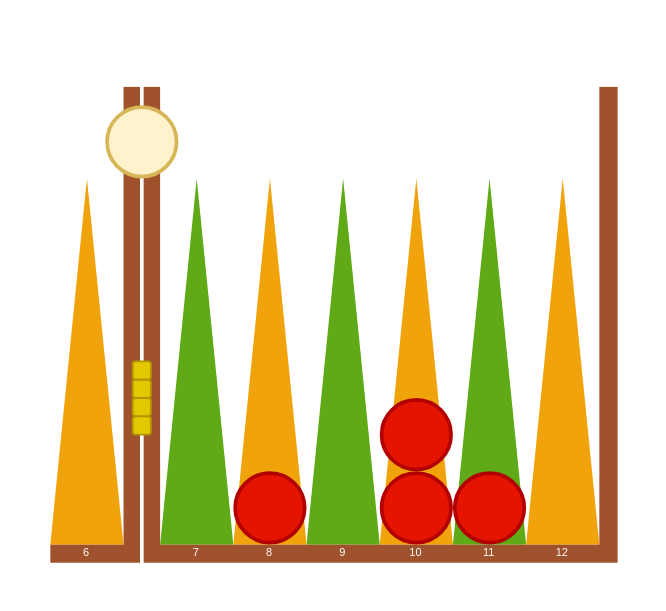
Before: page "Bicie po" (5 of 12) of schematy.drawio in damjes/nardy-zasady, a draw.io diagram. Source tidied: cells renumbered, new cells numbered last; positions are measured from the earlier drawing's top-left corner, leaving out a move shared by most shapes. Both pictures are drawn from the tidied source at 183%, with x=0, y=0 at pixel (31, 68).
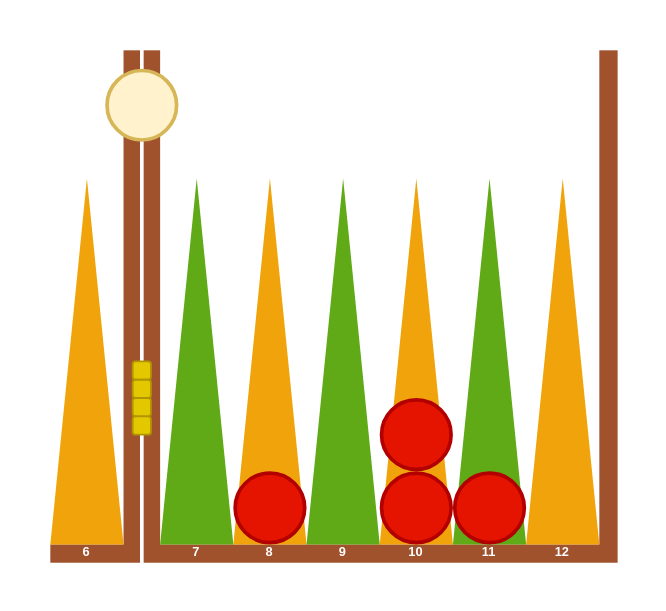
The same diagram, later.

What changed in the source:
```diff
@@
-    <mxCell id="2" style="rounded=0;whiteSpace=wrap;html=1;strokeColor=none;" parent="1" vertex="1">
-      <mxGeometry width="330" height="280" as="geometry" />
+    <mxCell id="2" style="rounded=0;whiteSpace=wrap;html=1;strokeColor=none;fontFamily=Libertinus Serif;" parent="1" vertex="1">
+      <mxGeometry y="-20" width="330" height="300" as="geometry" />
     </mxCell>
-    <mxCell id="3" style="rounded=0;whiteSpace=wrap;html=1;fillColor=#a0522d;fontColor=#ffffff;strokeColor=none;rotation=0;" parent="1" vertex="1">
-      <mxGeometry x="10" y="10" width="49" height="260" as="geometry" />
+    <mxCell id="3" style="rounded=0;whiteSpace=wrap;html=1;fillColor=#a0522d;fontColor=#ffffff;strokeColor=none;rotation=0;fontFamily=Libertinus Serif;" parent="1" vertex="1">
+      <mxGeometry x="10" y="-10" width="49" height="280" as="geometry" />
     </mxCell>
-    <mxCell id="4" style="rounded=0;whiteSpace=wrap;html=1;fillColor=#a0522d;fontColor=#ffffff;strokeColor=none;rotation=0;" parent="1" vertex="1">
-      <mxGeometry x="61" y="10" width="259" height="260" as="geometry" />
+    <mxCell id="4" style="rounded=0;whiteSpace=wrap;html=1;fillColor=#a0522d;fontColor=#ffffff;strokeColor=none;rotation=0;fontFamily=Libertinus Serif;" parent="1" vertex="1">
+      <mxGeometry x="61" y="-10" width="259" height="280" as="geometry" />
     </mxCell>
-    <mxCell id="5" style="rounded=0;whiteSpace=wrap;html=1;strokeColor=none;shadow=0;glass=0;" parent="1" vertex="1">
-      <mxGeometry width="50" height="260" as="geometry" />
+    <mxCell id="5" style="rounded=0;whiteSpace=wrap;html=1;strokeColor=none;shadow=0;glass=0;fontFamily=Libertinus Serif;" parent="1" vertex="1">
+      <mxGeometry y="-20" width="50" height="280" as="geometry" />
     </mxCell>
-    <mxCell id="6" style="triangle;whiteSpace=wrap;html=1;direction=north;strokeColor=none;fillColor=#f0a30a;fontColor=#000000;" parent="1" vertex="1">
+    <mxCell id="6" style="triangle;whiteSpace=wrap;html=1;direction=north;strokeColor=none;fillColor=#f0a30a;fontColor=#000000;fontFamily=Libertinus Serif;" parent="1" vertex="1">
       <mxGeometry x="10" y="60" width="40" height="200" as="geometry" />
     </mxCell>
-    <mxCell id="7" value="6" style="text;html=1;align=center;verticalAlign=middle;whiteSpace=wrap;rounded=0;fontColor=#FFFFFF;fontSize=6;" parent="1" vertex="1">
+    <mxCell id="7" value="6" style="text;html=1;align=center;verticalAlign=middle;whiteSpace=wrap;rounded=0;fontColor=#FFFFFF;fontSize=7;fontFamily=Libertinus Serif;fontStyle=1;" parent="1" vertex="1">
       <mxGeometry x="10" y="260" width="40" height="10" as="geometry" />
     </mxCell>
-    <mxCell id="8" style="rounded=0;whiteSpace=wrap;html=1;strokeColor=none;" parent="1" vertex="1">
-      <mxGeometry x="70" width="240" height="260" as="geometry" />
+    <mxCell id="8" style="rounded=0;whiteSpace=wrap;html=1;strokeColor=none;fontFamily=Libertinus Serif;" parent="1" vertex="1">
+      <mxGeometry x="70" y="-20" width="240" height="280" as="geometry" />
     </mxCell>
-    <mxCell id="9" style="triangle;whiteSpace=wrap;html=1;direction=north;strokeColor=none;fillColor=#f0a30a;fontColor=#000000;" parent="1" vertex="1">
+    <mxCell id="9" style="triangle;whiteSpace=wrap;html=1;direction=north;strokeColor=none;fillColor=#f0a30a;fontColor=#000000;fontFamily=Libertinus Serif;" parent="1" vertex="1">
       <mxGeometry x="110" y="60" width="40" height="200" as="geometry" />
     </mxCell>
-    <mxCell id="10" style="triangle;whiteSpace=wrap;html=1;direction=north;strokeColor=none;fillColor=#60a917;fontColor=#ffffff;" parent="1" vertex="1">
+    <mxCell id="10" style="triangle;whiteSpace=wrap;html=1;direction=north;strokeColor=none;fillColor=#60a917;fontColor=#ffffff;fontFamily=Libertinus Serif;" parent="1" vertex="1">
       <mxGeometry x="70" y="60" width="40" height="200" as="geometry" />
     </mxCell>
-    <mxCell id="11" style="triangle;whiteSpace=wrap;html=1;direction=north;strokeColor=none;fillColor=#60a917;fontColor=#ffffff;" parent="1" vertex="1">
+    <mxCell id="11" style="triangle;whiteSpace=wrap;html=1;direction=north;strokeColor=none;fillColor=#60a917;fontColor=#ffffff;fontFamily=Libertinus Serif;" parent="1" vertex="1">
       <mxGeometry x="150" y="60" width="40" height="200" as="geometry" />
     </mxCell>
-    <mxCell id="12" style="triangle;whiteSpace=wrap;html=1;direction=north;strokeColor=none;fillColor=#f0a30a;fontColor=#000000;" parent="1" vertex="1">
+    <mxCell id="12" style="triangle;whiteSpace=wrap;html=1;direction=north;strokeColor=none;fillColor=#f0a30a;fontColor=#000000;fontFamily=Libertinus Serif;" parent="1" vertex="1">
       <mxGeometry x="190" y="60" width="40" height="200" as="geometry" />
     </mxCell>
-    <mxCell id="13" style="triangle;whiteSpace=wrap;html=1;direction=north;strokeColor=none;fillColor=#60a917;fontColor=#ffffff;" parent="1" vertex="1">
+    <mxCell id="13" style="triangle;whiteSpace=wrap;html=1;direction=north;strokeColor=none;fillColor=#60a917;fontColor=#ffffff;fontFamily=Libertinus Serif;" parent="1" vertex="1">
       <mxGeometry x="230" y="60" width="40" height="200" as="geometry" />
     </mxCell>
-    <mxCell id="14" style="triangle;whiteSpace=wrap;html=1;direction=north;strokeColor=none;fillColor=#f0a30a;fontColor=#000000;" parent="1" vertex="1">
+    <mxCell id="14" style="triangle;whiteSpace=wrap;html=1;direction=north;strokeColor=none;fillColor=#f0a30a;fontColor=#000000;fontFamily=Libertinus Serif;" parent="1" vertex="1">
       <mxGeometry x="270" y="60" width="40" height="200" as="geometry" />
     </mxCell>
-    <mxCell id="15" value="12" style="text;html=1;align=center;verticalAlign=middle;whiteSpace=wrap;rounded=0;fontColor=#FFFFFF;fontSize=6;" parent="1" vertex="1">
+    <mxCell id="15" value="12" style="text;html=1;align=center;verticalAlign=middle;whiteSpace=wrap;rounded=0;fontColor=#FFFFFF;fontSize=7;fontFamily=Libertinus Serif;fontStyle=1;" parent="1" vertex="1">
       <mxGeometry x="270" y="260" width="40" height="10" as="geometry" />
     </mxCell>
-    <mxCell id="16" value="11" style="text;html=1;align=center;verticalAlign=middle;whiteSpace=wrap;rounded=0;fontColor=#FFFFFF;fontSize=6;" parent="1" vertex="1">
+    <mxCell id="16" value="11" style="text;html=1;align=center;verticalAlign=middle;whiteSpace=wrap;rounded=0;fontColor=#FFFFFF;fontSize=7;fontFamily=Libertinus Serif;fontStyle=1;" parent="1" vertex="1">
       <mxGeometry x="230" y="260" width="40" height="10" as="geometry" />
     </mxCell>
-    <mxCell id="17" value="10" style="text;html=1;align=center;verticalAlign=middle;whiteSpace=wrap;rounded=0;fontColor=#FFFFFF;fontSize=6;" parent="1" vertex="1">
+    <mxCell id="17" value="10" style="text;html=1;align=center;verticalAlign=middle;whiteSpace=wrap;rounded=0;fontColor=#FFFFFF;fontSize=7;fontFamily=Libertinus Serif;fontStyle=1;" parent="1" vertex="1">
       <mxGeometry x="190" y="260" width="40" height="10" as="geometry" />
     </mxCell>
-    <mxCell id="18" value="9" style="text;html=1;align=center;verticalAlign=middle;whiteSpace=wrap;rounded=0;fontColor=#FFFFFF;fontSize=6;" parent="1" vertex="1">
+    <mxCell id="18" value="9" style="text;html=1;align=center;verticalAlign=middle;whiteSpace=wrap;rounded=0;fontColor=#FFFFFF;fontSize=7;fontFamily=Libertinus Serif;fontStyle=1;" parent="1" vertex="1">
       <mxGeometry x="150" y="260" width="40" height="10" as="geometry" />
     </mxCell>
-    <mxCell id="19" value="8" style="text;html=1;align=center;verticalAlign=middle;whiteSpace=wrap;rounded=0;fontColor=#FFFFFF;fontSize=6;" parent="1" vertex="1">
+    <mxCell id="19" value="8" style="text;html=1;align=center;verticalAlign=middle;whiteSpace=wrap;rounded=0;fontColor=#FFFFFF;fontSize=7;fontFamily=Libertinus Serif;fontStyle=1;" parent="1" vertex="1">
       <mxGeometry x="110" y="260" width="40" height="10" as="geometry" />
     </mxCell>
-    <mxCell id="20" value="7" style="text;html=1;align=center;verticalAlign=middle;whiteSpace=wrap;rounded=0;fontColor=#FFFFFF;fontSize=6;" parent="1" vertex="1">
+    <mxCell id="20" value="7" style="text;html=1;align=center;verticalAlign=middle;whiteSpace=wrap;rounded=0;fontColor=#FFFFFF;fontSize=7;fontFamily=Libertinus Serif;fontStyle=1;" parent="1" vertex="1">
       <mxGeometry x="70" y="260" width="40" height="10" as="geometry" />
     </mxCell>
-    <mxCell id="21" style="group;" parent="1" vertex="1">
+    <mxCell id="21" style="group;fontFamily=Libertinus Serif;" parent="1" vertex="1">
       <mxGeometry x="50" y="150" width="20" height="60" as="geometry" />
     </mxCell>
-    <mxCell id="22" style="rounded=0;whiteSpace=wrap;html=1;strokeColor=none;fillColor=none;" parent="21" vertex="1">
+    <mxCell id="22" style="rounded=0;whiteSpace=wrap;html=1;strokeColor=none;fillColor=none;fontFamily=Libertinus Serif;" parent="21" vertex="1">
       <mxGeometry width="20" height="60" as="geometry" />
     </mxCell>
-    <mxCell id="23" style="rounded=1;whiteSpace=wrap;html=1;fillColor=#e3c800;fontColor=#000000;strokeColor=#B09500;" parent="21" vertex="1">
+    <mxCell id="23" style="rounded=1;whiteSpace=wrap;html=1;fillColor=#e3c800;fontColor=#000000;strokeColor=#B09500;fontFamily=Libertinus Serif;" parent="21" vertex="1">
       <mxGeometry x="5" y="10" width="10" height="10" as="geometry" />
     </mxCell>
-    <mxCell id="24" style="rounded=1;whiteSpace=wrap;html=1;fillColor=#e3c800;fontColor=#000000;strokeColor=#B09500;" parent="21" vertex="1">
+    <mxCell id="24" style="rounded=1;whiteSpace=wrap;html=1;fillColor=#e3c800;fontColor=#000000;strokeColor=#B09500;fontFamily=Libertinus Serif;" parent="21" vertex="1">
       <mxGeometry x="5" y="20" width="10" height="10" as="geometry" />
     </mxCell>
-    <mxCell id="25" style="rounded=1;whiteSpace=wrap;html=1;fillColor=#e3c800;fontColor=#000000;strokeColor=#B09500;" parent="21" vertex="1">
+    <mxCell id="25" style="rounded=1;whiteSpace=wrap;html=1;fillColor=#e3c800;fontColor=#000000;strokeColor=#B09500;fontFamily=Libertinus Serif;" parent="21" vertex="1">
       <mxGeometry x="5" y="30" width="10" height="10" as="geometry" />
     </mxCell>
-    <mxCell id="26" style="rounded=1;whiteSpace=wrap;html=1;fillColor=#e3c800;fontColor=#000000;strokeColor=#B09500;" parent="21" vertex="1">
+    <mxCell id="26" style="rounded=1;whiteSpace=wrap;html=1;fillColor=#e3c800;fontColor=#000000;strokeColor=#B09500;fontFamily=Libertinus Serif;" parent="21" vertex="1">
       <mxGeometry x="5" y="40" width="10" height="10" as="geometry" />
     </mxCell>
-    <mxCell id="27" style="group;" parent="1" vertex="1">
-      <mxGeometry x="40" y="20" width="40" height="40" as="geometry" />
+    <mxCell id="27" style="group;fontFamily=Libertinus Serif;" parent="1" vertex="1">
+      <mxGeometry x="40" width="40" height="40" as="geometry" />
     </mxCell>
-    <mxCell id="28" style="ellipse;whiteSpace=wrap;html=1;fillColor=#fff2cc;strokeColor=#d6b656;strokeWidth=2;rotation=0;" parent="27" vertex="1">
+    <mxCell id="28" style="ellipse;whiteSpace=wrap;html=1;fillColor=#fff2cc;strokeColor=#d6b656;strokeWidth=2;rotation=0;fontFamily=Libertinus Serif;" parent="27" vertex="1">
       <mxGeometry x="1" y="1" width="38" height="38" as="geometry" />
     </mxCell>
-    <mxCell id="29" style="whiteSpace=wrap;html=1;fillColor=none;strokeColor=none;" parent="27" vertex="1">
+    <mxCell id="29" style="whiteSpace=wrap;html=1;fillColor=none;strokeColor=none;fontFamily=Libertinus Serif;" parent="27" vertex="1">
       <mxGeometry width="40" height="40" as="geometry" />
     </mxCell>
-    <mxCell id="30" style="group;" parent="1" vertex="1">
+    <mxCell id="30" style="group;fontFamily=Libertinus Serif;" parent="1" vertex="1">
       <mxGeometry x="230" y="220" width="40" height="40" as="geometry" />
     </mxCell>
-    <mxCell id="31" style="ellipse;whiteSpace=wrap;html=1;fillColor=#e51400;fontColor=#ffffff;strokeColor=#B20000;perimeterSpacing=0;strokeWidth=2;rotation=0;" parent="30" vertex="1">
+    <mxCell id="31" style="ellipse;whiteSpace=wrap;html=1;fillColor=#e51400;fontColor=#ffffff;strokeColor=#B20000;perimeterSpacing=0;strokeWidth=2;rotation=0;fontFamily=Libertinus Serif;" parent="30" vertex="1">
       <mxGeometry x="1" y="1" width="38" height="38" as="geometry" />
     </mxCell>
-    <mxCell id="32" style="whiteSpace=wrap;html=1;fillColor=none;strokeColor=none;" parent="30" vertex="1">
+    <mxCell id="32" style="whiteSpace=wrap;html=1;fillColor=none;strokeColor=none;fontFamily=Libertinus Serif;" parent="30" vertex="1">
       <mxGeometry width="40" height="40" as="geometry" />
     </mxCell>
-    <mxCell id="33" style="group;" parent="1" vertex="1">
+    <mxCell id="33" style="group;fontFamily=Libertinus Serif;" parent="1" vertex="1">
       <mxGeometry x="190" y="220" width="120" height="40" as="geometry" />
     </mxCell>
-    <mxCell id="34" style="ellipse;whiteSpace=wrap;html=1;fillColor=#e51400;fontColor=#ffffff;strokeColor=#B20000;perimeterSpacing=0;strokeWidth=2;rotation=0;" parent="33" vertex="1">
+    <mxCell id="34" style="ellipse;whiteSpace=wrap;html=1;fillColor=#e51400;fontColor=#ffffff;strokeColor=#B20000;perimeterSpacing=0;strokeWidth=2;rotation=0;fontFamily=Libertinus Serif;" parent="33" vertex="1">
       <mxGeometry x="1" y="1" width="38" height="38" as="geometry" />
     </mxCell>
-    <mxCell id="35" style="whiteSpace=wrap;html=1;fillColor=none;strokeColor=none;" parent="33" vertex="1">
+    <mxCell id="35" style="whiteSpace=wrap;html=1;fillColor=none;strokeColor=none;fontFamily=Libertinus Serif;" parent="33" vertex="1">
       <mxGeometry width="40" height="40" as="geometry" />
     </mxCell>
-    <mxCell id="36" style="group;" parent="1" vertex="1">
+    <mxCell id="36" style="group;fontFamily=Libertinus Serif;" parent="1" vertex="1">
       <mxGeometry x="190" y="180" width="40" height="40" as="geometry" />
     </mxCell>
-    <mxCell id="37" style="ellipse;whiteSpace=wrap;html=1;fillColor=#e51400;fontColor=#ffffff;strokeColor=#B20000;perimeterSpacing=0;strokeWidth=2;rotation=0;" parent="36" vertex="1">
+    <mxCell id="37" style="ellipse;whiteSpace=wrap;html=1;fillColor=#e51400;fontColor=#ffffff;strokeColor=#B20000;perimeterSpacing=0;strokeWidth=2;rotation=0;fontFamily=Libertinus Serif;" parent="36" vertex="1">
       <mxGeometry x="1" y="1" width="38" height="38" as="geometry" />
     </mxCell>
-    <mxCell id="38" style="whiteSpace=wrap;html=1;fillColor=none;strokeColor=none;" parent="36" vertex="1">
+    <mxCell id="38" style="whiteSpace=wrap;html=1;fillColor=none;strokeColor=none;fontFamily=Libertinus Serif;" parent="36" vertex="1">
       <mxGeometry width="40" height="40" as="geometry" />
     </mxCell>
-    <mxCell id="39" style="group;" parent="1" vertex="1">
+    <mxCell id="39" style="group;fontFamily=Libertinus Serif;" parent="1" vertex="1">
       <mxGeometry x="110" y="220" width="40" height="40" as="geometry" />
     </mxCell>
-    <mxCell id="40" style="ellipse;whiteSpace=wrap;html=1;fillColor=#e51400;fontColor=#ffffff;strokeColor=#B20000;perimeterSpacing=0;strokeWidth=2;rotation=0;" parent="39" vertex="1">
+    <mxCell id="40" style="ellipse;whiteSpace=wrap;html=1;fillColor=#e51400;fontColor=#ffffff;strokeColor=#B20000;perimeterSpacing=0;strokeWidth=2;rotation=0;fontFamily=Libertinus Serif;" parent="39" vertex="1">
       <mxGeometry x="1" y="1" width="38" height="38" as="geometry" />
     </mxCell>
-    <mxCell id="41" style="whiteSpace=wrap;html=1;fillColor=none;strokeColor=none;" parent="39" vertex="1">
+    <mxCell id="41" style="whiteSpace=wrap;html=1;fillColor=none;strokeColor=none;fontFamily=Libertinus Serif;" parent="39" vertex="1">
       <mxGeometry width="40" height="40" as="geometry" />
     </mxCell>
```
